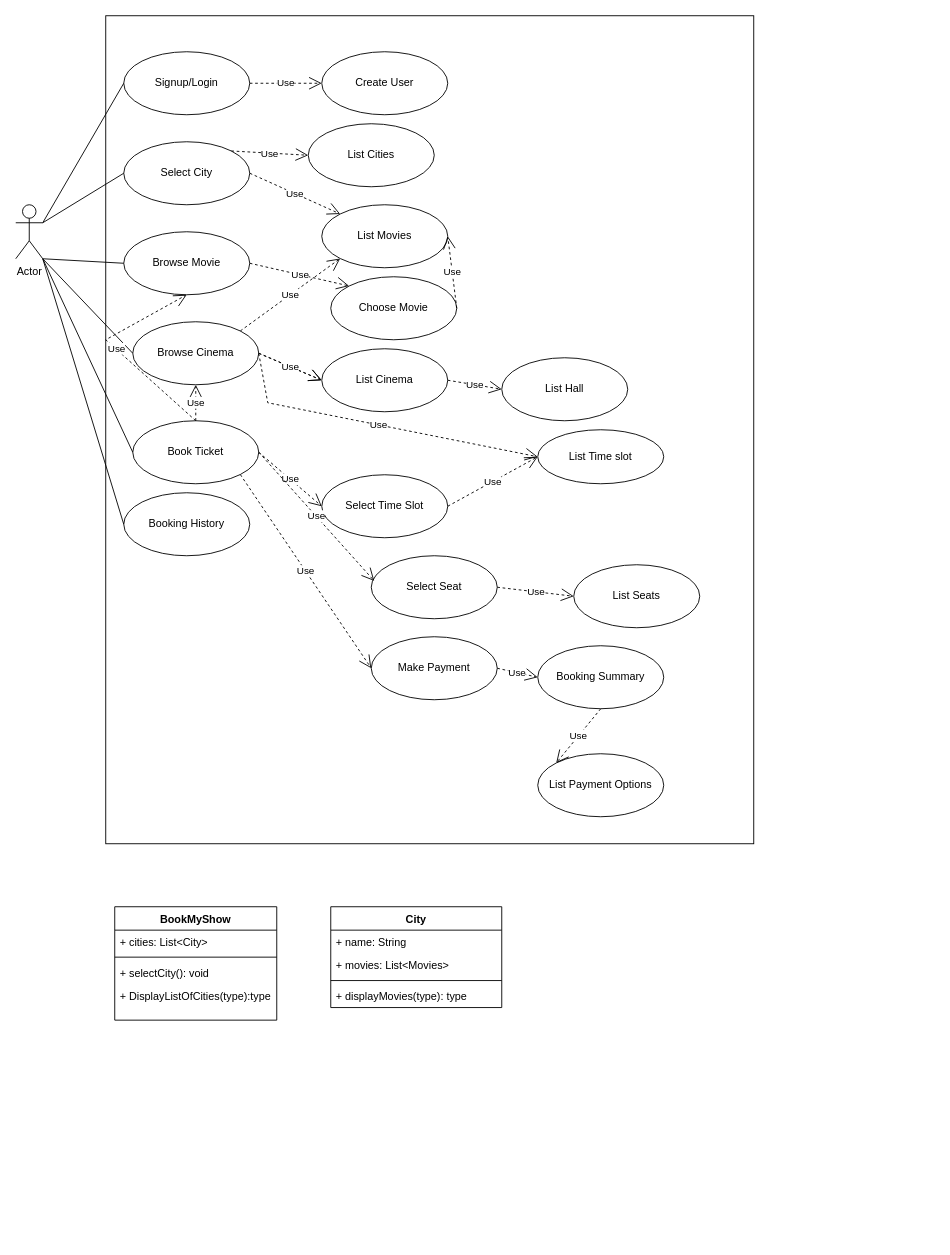
Above: bookmyshow.drawio in aktomer06/Draw.io (draw.io), before the change. Source tidied: cells renumbered, new cells numbered last; positions are measured from the earlier drawing's top-left corner, leaving out a move shared by most shapes. Both pictures are drawn from the tidied source at 90%, with x=0, y=0 at pixel (15, 15).
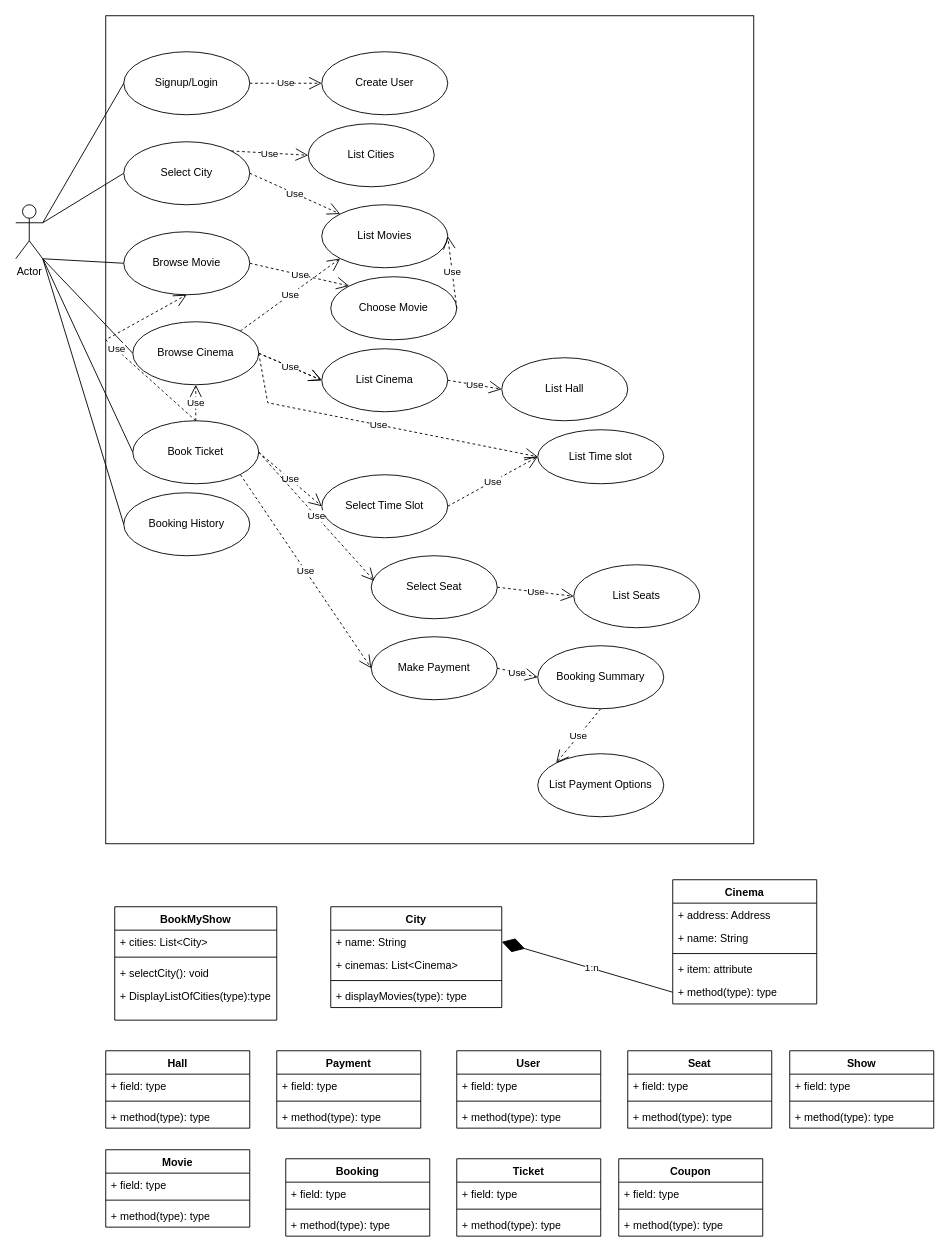
Above is the later version.

The change refers to these unchanged cells:
```xml
<mxCell id="52" value="City" style="swimlane;fontStyle=1;align=center;verticalAlign=top;horizontal=1;startSize=26;whiteSpace=wrap;html=1;" parent="1" vertex="1">
  <mxGeometry x="350" y="990" width="190" height="112" as="geometry" />
</mxCell>
<mxCell id="53" value="+ name: String" style="text;strokeColor=none;fillColor=none;align=left;verticalAlign=top;spacingLeft=4;spacingRight=4;overflow=hidden;points=[[0,0.5],[1,0.5]];portConstraint=eastwest;whiteSpace=wrap;html=1;" parent="52" vertex="1">
  <mxGeometry y="26" width="190" height="26" as="geometry" />
</mxCell>
```

Diff of the diagram source:
```diff
@@
-    <mxCell id="54" value="+ movies: List&amp;lt;Movies&amp;gt;" style="text;strokeColor=none;fillColor=none;align=left;verticalAlign=top;spacingLeft=4;spacingRight=4;overflow=hidden;whiteSpace=wrap;html=1;" parent="52" vertex="1">
+    <mxCell id="54" value="+ cinemas: List&amp;lt;Cinema&amp;gt;" style="text;strokeColor=none;fillColor=none;align=left;verticalAlign=top;spacingLeft=4;spacingRight=4;overflow=hidden;whiteSpace=wrap;html=1;" parent="52" vertex="1">
       <mxGeometry y="52" width="190" height="26" as="geometry" />
     </mxCell>
@@
+    <mxCell id="57" value="Cinema" style="swimlane;fontStyle=1;align=center;verticalAlign=top;horizontal=1;startSize=26;whiteSpace=wrap;html=1;" parent="1" vertex="1">
+      <mxGeometry x="730" y="960" width="160" height="138" as="geometry" />
+    </mxCell>
+    <mxCell id="58" value="+ address: Address" style="text;strokeColor=none;fillColor=none;align=left;verticalAlign=top;spacingLeft=4;spacingRight=4;overflow=hidden;whiteSpace=wrap;html=1;" parent="57" vertex="1">
+      <mxGeometry y="26" width="160" height="26" as="geometry" />
+    </mxCell>
+    <mxCell id="59" value="+ name: String" style="text;strokeColor=none;fillColor=none;align=left;verticalAlign=top;spacingLeft=4;spacingRight=4;overflow=hidden;whiteSpace=wrap;html=1;" parent="57" vertex="1">
+      <mxGeometry y="52" width="160" height="26" as="geometry" />
+    </mxCell>
+    <mxCell id="60" style="line;strokeWidth=1;fillColor=none;align=left;verticalAlign=middle;spacingTop=-1;spacingLeft=3;spacingRight=3;labelPosition=right;strokeColor=inherit;" parent="57" vertex="1">
+      <mxGeometry y="78" width="160" height="8" as="geometry" />
+    </mxCell>
+    <mxCell id="61" value="+ item: attribute" style="text;strokeColor=none;fillColor=none;align=left;verticalAlign=top;spacingLeft=4;spacingRight=4;overflow=hidden;whiteSpace=wrap;html=1;" parent="57" vertex="1">
+      <mxGeometry y="86" width="160" height="26" as="geometry" />
+    </mxCell>
+    <mxCell id="62" value="+ method(type): type" style="text;strokeColor=none;fillColor=none;align=left;verticalAlign=top;spacingLeft=4;spacingRight=4;overflow=hidden;points=[[0,0.5],[1,0.5]];portConstraint=eastwest;whiteSpace=wrap;html=1;" parent="57" vertex="1">
+      <mxGeometry y="112" width="160" height="26" as="geometry" />
+    </mxCell>
+    <mxCell id="63" value="Hall" style="swimlane;fontStyle=1;align=center;verticalAlign=top;horizontal=1;startSize=26;whiteSpace=wrap;html=1;" parent="1" vertex="1">
+      <mxGeometry x="100" y="1150" width="160" height="86" as="geometry" />
+    </mxCell>
+    <mxCell id="64" value="+ field: type" style="text;strokeColor=none;fillColor=none;align=left;verticalAlign=top;spacingLeft=4;spacingRight=4;overflow=hidden;whiteSpace=wrap;html=1;" parent="63" vertex="1">
+      <mxGeometry y="26" width="160" height="26" as="geometry" />
+    </mxCell>
+    <mxCell id="65" style="line;strokeWidth=1;fillColor=none;align=left;verticalAlign=middle;spacingTop=-1;spacingLeft=3;spacingRight=3;labelPosition=right;strokeColor=inherit;" parent="63" vertex="1">
+      <mxGeometry y="52" width="160" height="8" as="geometry" />
+    </mxCell>
+    <mxCell id="66" value="+ method(type): type" style="text;strokeColor=none;fillColor=none;align=left;verticalAlign=top;spacingLeft=4;spacingRight=4;overflow=hidden;whiteSpace=wrap;html=1;" parent="63" vertex="1">
+      <mxGeometry y="60" width="160" height="26" as="geometry" />
+    </mxCell>
+    <mxCell id="67" value="Payment" style="swimlane;fontStyle=1;align=center;verticalAlign=top;horizontal=1;startSize=26;whiteSpace=wrap;html=1;" parent="1" vertex="1">
+      <mxGeometry x="290" y="1150" width="160" height="86" as="geometry" />
+    </mxCell>
+    <mxCell id="68" value="+ field: type" style="text;strokeColor=none;fillColor=none;align=left;verticalAlign=top;spacingLeft=4;spacingRight=4;overflow=hidden;whiteSpace=wrap;html=1;" parent="67" vertex="1">
+      <mxGeometry y="26" width="160" height="26" as="geometry" />
+    </mxCell>
+    <mxCell id="69" style="line;strokeWidth=1;fillColor=none;align=left;verticalAlign=middle;spacingTop=-1;spacingLeft=3;spacingRight=3;labelPosition=right;strokeColor=inherit;" parent="67" vertex="1">
+      <mxGeometry y="52" width="160" height="8" as="geometry" />
+    </mxCell>
+    <mxCell id="70" value="+ method(type): type" style="text;strokeColor=none;fillColor=none;align=left;verticalAlign=top;spacingLeft=4;spacingRight=4;overflow=hidden;whiteSpace=wrap;html=1;" parent="67" vertex="1">
+      <mxGeometry y="60" width="160" height="26" as="geometry" />
+    </mxCell>
+    <mxCell id="71" value="User" style="swimlane;fontStyle=1;align=center;verticalAlign=top;horizontal=1;startSize=26;whiteSpace=wrap;html=1;" parent="1" vertex="1">
+      <mxGeometry x="490" y="1150" width="160" height="86" as="geometry" />
+    </mxCell>
+    <mxCell id="72" value="+ field: type" style="text;strokeColor=none;fillColor=none;align=left;verticalAlign=top;spacingLeft=4;spacingRight=4;overflow=hidden;whiteSpace=wrap;html=1;" parent="71" vertex="1">
+      <mxGeometry y="26" width="160" height="26" as="geometry" />
+    </mxCell>
+    <mxCell id="73" style="line;strokeWidth=1;fillColor=none;align=left;verticalAlign=middle;spacingTop=-1;spacingLeft=3;spacingRight=3;labelPosition=right;strokeColor=inherit;" parent="71" vertex="1">
+      <mxGeometry y="52" width="160" height="8" as="geometry" />
+    </mxCell>
+    <mxCell id="74" value="+ method(type): type" style="text;strokeColor=none;fillColor=none;align=left;verticalAlign=top;spacingLeft=4;spacingRight=4;overflow=hidden;whiteSpace=wrap;html=1;" parent="71" vertex="1">
+      <mxGeometry y="60" width="160" height="26" as="geometry" />
+    </mxCell>
+    <mxCell id="75" value="Seat" style="swimlane;fontStyle=1;align=center;verticalAlign=top;horizontal=1;startSize=26;whiteSpace=wrap;html=1;" parent="1" vertex="1">
+      <mxGeometry x="680" y="1150" width="160" height="86" as="geometry" />
+    </mxCell>
+    <mxCell id="76" value="+ field: type" style="text;strokeColor=none;fillColor=none;align=left;verticalAlign=top;spacingLeft=4;spacingRight=4;overflow=hidden;whiteSpace=wrap;html=1;" parent="75" vertex="1">
+      <mxGeometry y="26" width="160" height="26" as="geometry" />
+    </mxCell>
+    <mxCell id="77" style="line;strokeWidth=1;fillColor=none;align=left;verticalAlign=middle;spacingTop=-1;spacingLeft=3;spacingRight=3;labelPosition=right;strokeColor=inherit;" parent="75" vertex="1">
+      <mxGeometry y="52" width="160" height="8" as="geometry" />
+    </mxCell>
+    <mxCell id="78" value="+ method(type): type" style="text;strokeColor=none;fillColor=none;align=left;verticalAlign=top;spacingLeft=4;spacingRight=4;overflow=hidden;whiteSpace=wrap;html=1;" parent="75" vertex="1">
+      <mxGeometry y="60" width="160" height="26" as="geometry" />
+    </mxCell>
+    <mxCell id="79" value="Movie" style="swimlane;fontStyle=1;align=center;verticalAlign=top;horizontal=1;startSize=26;whiteSpace=wrap;html=1;" parent="1" vertex="1">
+      <mxGeometry x="100" y="1260" width="160" height="86" as="geometry" />
+    </mxCell>
+    <mxCell id="80" value="+ field: type" style="text;strokeColor=none;fillColor=none;align=left;verticalAlign=top;spacingLeft=4;spacingRight=4;overflow=hidden;whiteSpace=wrap;html=1;" parent="79" vertex="1">
+      <mxGeometry y="26" width="160" height="26" as="geometry" />
+    </mxCell>
+    <mxCell id="81" style="line;strokeWidth=1;fillColor=none;align=left;verticalAlign=middle;spacingTop=-1;spacingLeft=3;spacingRight=3;labelPosition=right;strokeColor=inherit;" parent="79" vertex="1">
+      <mxGeometry y="52" width="160" height="8" as="geometry" />
+    </mxCell>
+    <mxCell id="82" value="+ method(type): type" style="text;strokeColor=none;fillColor=none;align=left;verticalAlign=top;spacingLeft=4;spacingRight=4;overflow=hidden;whiteSpace=wrap;html=1;" parent="79" vertex="1">
+      <mxGeometry y="60" width="160" height="26" as="geometry" />
+    </mxCell>
+    <mxCell id="83" value="Booking" style="swimlane;fontStyle=1;align=center;verticalAlign=top;horizontal=1;startSize=26;whiteSpace=wrap;html=1;" parent="1" vertex="1">
+      <mxGeometry x="300" y="1270" width="160" height="86" as="geometry" />
+    </mxCell>
+    <mxCell id="84" value="+ field: type" style="text;strokeColor=none;fillColor=none;align=left;verticalAlign=top;spacingLeft=4;spacingRight=4;overflow=hidden;whiteSpace=wrap;html=1;" parent="83" vertex="1">
+      <mxGeometry y="26" width="160" height="26" as="geometry" />
+    </mxCell>
+    <mxCell id="85" style="line;strokeWidth=1;fillColor=none;align=left;verticalAlign=middle;spacingTop=-1;spacingLeft=3;spacingRight=3;labelPosition=right;strokeColor=inherit;" parent="83" vertex="1">
+      <mxGeometry y="52" width="160" height="8" as="geometry" />
+    </mxCell>
+    <mxCell id="86" value="+ method(type): type" style="text;strokeColor=none;fillColor=none;align=left;verticalAlign=top;spacingLeft=4;spacingRight=4;overflow=hidden;whiteSpace=wrap;html=1;" parent="83" vertex="1">
+      <mxGeometry y="60" width="160" height="26" as="geometry" />
+    </mxCell>
+    <mxCell id="87" value="Ticket" style="swimlane;fontStyle=1;align=center;verticalAlign=top;horizontal=1;startSize=26;whiteSpace=wrap;html=1;" parent="1" vertex="1">
+      <mxGeometry x="490" y="1270" width="160" height="86" as="geometry" />
+    </mxCell>
+    <mxCell id="88" value="+ field: type" style="text;strokeColor=none;fillColor=none;align=left;verticalAlign=top;spacingLeft=4;spacingRight=4;overflow=hidden;whiteSpace=wrap;html=1;" parent="87" vertex="1">
+      <mxGeometry y="26" width="160" height="26" as="geometry" />
+    </mxCell>
+    <mxCell id="89" style="line;strokeWidth=1;fillColor=none;align=left;verticalAlign=middle;spacingTop=-1;spacingLeft=3;spacingRight=3;labelPosition=right;strokeColor=inherit;" parent="87" vertex="1">
+      <mxGeometry y="52" width="160" height="8" as="geometry" />
+    </mxCell>
+    <mxCell id="90" value="+ method(type): type" style="text;strokeColor=none;fillColor=none;align=left;verticalAlign=top;spacingLeft=4;spacingRight=4;overflow=hidden;whiteSpace=wrap;html=1;" parent="87" vertex="1">
+      <mxGeometry y="60" width="160" height="26" as="geometry" />
+    </mxCell>
+    <mxCell id="91" value="Coupon" style="swimlane;fontStyle=1;align=center;verticalAlign=top;horizontal=1;startSize=26;whiteSpace=wrap;html=1;" parent="1" vertex="1">
+      <mxGeometry x="670" y="1270" width="160" height="86" as="geometry" />
+    </mxCell>
+    <mxCell id="92" value="+ field: type" style="text;strokeColor=none;fillColor=none;align=left;verticalAlign=top;spacingLeft=4;spacingRight=4;overflow=hidden;whiteSpace=wrap;html=1;" parent="91" vertex="1">
+      <mxGeometry y="26" width="160" height="26" as="geometry" />
+    </mxCell>
+    <mxCell id="93" style="line;strokeWidth=1;fillColor=none;align=left;verticalAlign=middle;spacingTop=-1;spacingLeft=3;spacingRight=3;labelPosition=right;strokeColor=inherit;" parent="91" vertex="1">
+      <mxGeometry y="52" width="160" height="8" as="geometry" />
+    </mxCell>
+    <mxCell id="94" value="+ method(type): type" style="text;strokeColor=none;fillColor=none;align=left;verticalAlign=top;spacingLeft=4;spacingRight=4;overflow=hidden;whiteSpace=wrap;html=1;" parent="91" vertex="1">
+      <mxGeometry y="60" width="160" height="26" as="geometry" />
+    </mxCell>
+    <mxCell id="95" style="endArrow=diamondThin;endFill=1;endSize=24;html=1;rounded=0;entryX=1;entryY=0.5;entryDx=0;entryDy=0;exitX=0;exitY=0.5;exitDx=0;exitDy=0;" parent="1" edge="1" source="62" target="53">
+      <mxGeometry relative="1" as="geometry" />
+    </mxCell>
+    <mxCell id="96" value="1:n" style="edgeLabel;html=1;align=center;verticalAlign=middle;" parent="95" vertex="1">
+      <mxGeometry x="-0.04" y="-1" relative="1" as="geometry" />
+    </mxCell>
+    <mxCell id="97" value="Show" style="swimlane;fontStyle=1;align=center;verticalAlign=top;horizontal=1;startSize=26;whiteSpace=wrap;html=1;" parent="1" vertex="1">
+      <mxGeometry x="860" y="1150" width="160" height="86" as="geometry" />
+    </mxCell>
+    <mxCell id="98" value="+ field: type" style="text;strokeColor=none;fillColor=none;align=left;verticalAlign=top;spacingLeft=4;spacingRight=4;overflow=hidden;whiteSpace=wrap;html=1;" parent="97" vertex="1">
+      <mxGeometry y="26" width="160" height="26" as="geometry" />
+    </mxCell>
+    <mxCell id="99" style="line;strokeWidth=1;fillColor=none;align=left;verticalAlign=middle;spacingTop=-1;spacingLeft=3;spacingRight=3;labelPosition=right;strokeColor=inherit;" parent="97" vertex="1">
+      <mxGeometry y="52" width="160" height="8" as="geometry" />
+    </mxCell>
+    <mxCell id="100" value="+ method(type): type" style="text;strokeColor=none;fillColor=none;align=left;verticalAlign=top;spacingLeft=4;spacingRight=4;overflow=hidden;whiteSpace=wrap;html=1;" parent="97" vertex="1">
+      <mxGeometry y="60" width="160" height="26" as="geometry" />
+    </mxCell>
```
